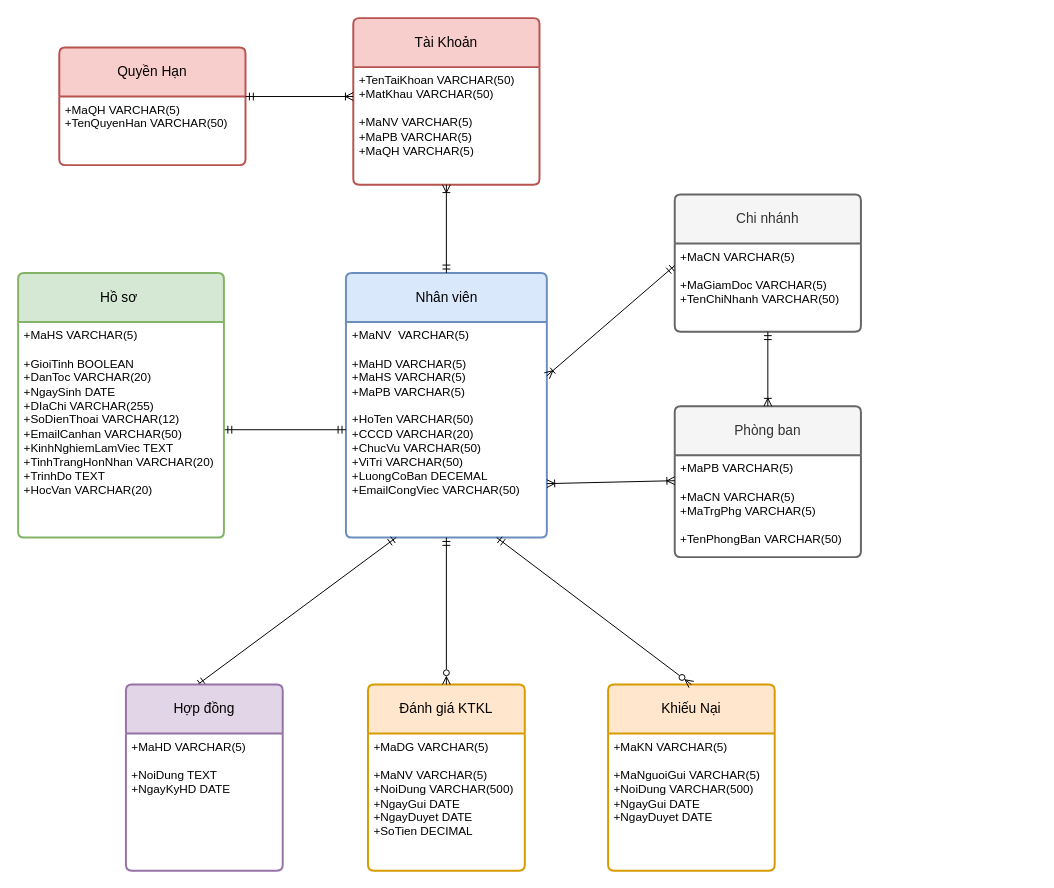
This is Untitled Diagram.drawio from dunkvippro/Quanlythuexe, a draw.io file, before an edit. Source tidied: cells renumbered, new cells numbered last; positions are measured from the earlier drawing's top-left corner, leaving out a move shared by most shapes. Both pictures are drawn from the tidied source at 98%, with x=0, y=0 at pixel (18, 18).
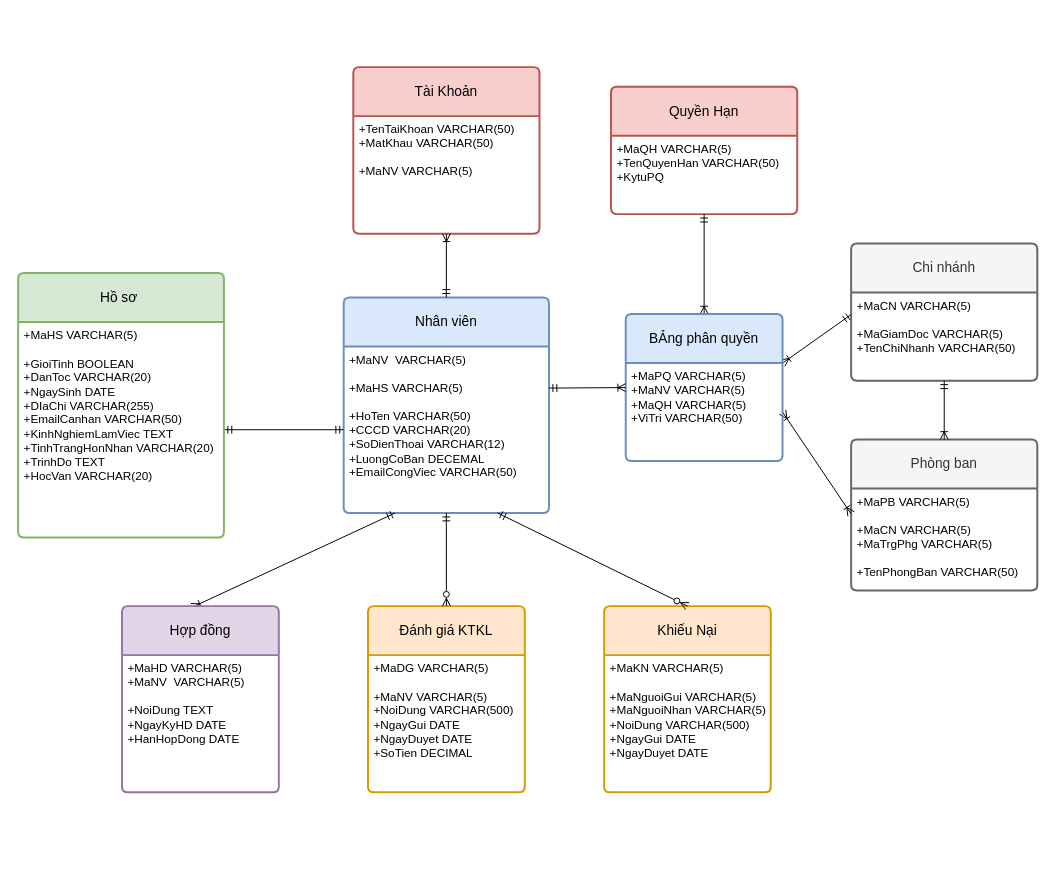
The same diagram, later.

Unchanged cells that the change refers to:
```xml
<mxCell id="10" value="+MaPB VARCHAR(5)&lt;br&gt;&lt;br&gt;+MaCN VARCHAR(5)&lt;br&gt;+MaTrgPhg VARCHAR(5)&lt;br&gt;&lt;br&gt;+TenPhongBan VARCHAR(50)" style="align=left;strokeColor=none;fillColor=none;spacingLeft=4;fontSize=12;verticalAlign=top;html=1;" parent="9" vertex="1">
  <mxGeometry y="50" width="190" height="104" as="geometry" />
</mxCell>
<mxCell id="12" value="+MaCN VARCHAR(5)&lt;br&gt;&lt;br&gt;+MaGiamDoc VARCHAR(5)&lt;br&gt;+TenChiNhanh VARCHAR(50)" style="align=left;strokeColor=none;fillColor=none;spacingLeft=4;fontSize=12;verticalAlign=top;html=1;" parent="11" vertex="1">
  <mxGeometry y="50" width="190" height="90" as="geometry" />
</mxCell>
<mxCell id="23" value="Hồ sơ&amp;nbsp;" style="swimlane;horizontal=1;startSize=50;rounded=1;fontSize=14;fontStyle=0;strokeWidth=2;shadow=0;dashed=0;align=center;arcSize=4;whiteSpace=wrap;html=1;fillColor=#d5e8d4;strokeColor=#82b366;" parent="1" vertex="1">
  <mxGeometry y="260" width="210" height="270" as="geometry" />
</mxCell>
```

The edit, as a diff of the source:
```diff
@@
     <mxCell id="2" value="Tài Khoản" style="swimlane;horizontal=1;startSize=50;rounded=1;fontSize=14;fontStyle=0;strokeWidth=2;shadow=0;dashed=0;align=center;arcSize=4;whiteSpace=wrap;html=1;fillColor=#f8cecc;strokeColor=#b85450;" parent="1" vertex="1">
-      <mxGeometry x="342" width="190" height="170" as="geometry" />
+      <mxGeometry x="342" y="50" width="190" height="170" as="geometry" />
     </mxCell>
-    <mxCell id="3" value="+TenTaiKhoan VARCHAR(50)&lt;br&gt;+MatKhau VARCHAR(50)&lt;br&gt;&lt;br&gt;+MaNV VARCHAR(5)&lt;br&gt;+MaPB VARCHAR(5)&lt;br&gt;+MaQH VARCHAR(5)" style="align=left;strokeColor=none;fillColor=none;spacingLeft=4;fontSize=12;verticalAlign=top;html=1;" parent="2" vertex="1">
+    <mxCell id="3" value="+TenTaiKhoan VARCHAR(50)&lt;br&gt;+MatKhau VARCHAR(50)&lt;br&gt;&lt;br&gt;+MaNV VARCHAR(5)" style="align=left;strokeColor=none;fillColor=none;spacingLeft=4;fontSize=12;verticalAlign=top;html=1;" parent="2" vertex="1">
       <mxGeometry y="50" width="190" height="120" as="geometry" />
     </mxCell>
     <mxCell id="4" value="Quyền Hạn" style="swimlane;horizontal=1;startSize=50;rounded=1;fontSize=14;fontStyle=0;strokeWidth=2;shadow=0;dashed=0;align=center;arcSize=4;whiteSpace=wrap;html=1;fillColor=#f8cecc;strokeColor=#b85450;" parent="1" vertex="1">
-      <mxGeometry x="42" y="30" width="190" height="120" as="geometry" />
+      <mxGeometry x="605" y="70" width="190" height="130" as="geometry" />
     </mxCell>
-    <mxCell id="5" value="+MaQH VARCHAR(5)&lt;br&gt;+TenQuyenHan VARCHAR(50)" style="align=left;strokeColor=none;fillColor=none;spacingLeft=4;fontSize=12;verticalAlign=top;html=1;" parent="4" vertex="1">
-      <mxGeometry y="50" width="190" height="70" as="geometry" />
+    <mxCell id="5" value="+MaQH VARCHAR(5)&lt;br&gt;+TenQuyenHan VARCHAR(50)&lt;br&gt;+KytuPQ" style="align=left;strokeColor=none;fillColor=none;spacingLeft=4;fontSize=12;verticalAlign=top;html=1;" parent="4" vertex="1">
+      <mxGeometry y="50" width="190" height="80" as="geometry" />
     </mxCell>
-    <mxCell id="6" style="fontSize=12;html=1;endArrow=ERoneToMany;startArrow=ERmandOne;rounded=0;entryX=0;entryY=0.25;entryDx=0;entryDy=0;exitX=1;exitY=0;exitDx=0;exitDy=0;" parent="1" edge="1" source="5" target="3">
+    <mxCell id="6" style="fontSize=12;html=1;endArrow=ERoneToMany;startArrow=ERmandOne;rounded=0;exitX=0.5;exitY=1;exitDx=0;exitDy=0;entryX=0.5;entryY=0;entryDx=0;entryDy=0;" parent="1" edge="1" source="5" target="29">
       <mxGeometry relative="1" as="geometry" />
     </mxCell>
     <mxCell id="7" value="Nhân viên" style="swimlane;horizontal=1;startSize=50;rounded=1;fontSize=14;fontStyle=0;strokeWidth=2;shadow=0;dashed=0;align=center;arcSize=4;whiteSpace=wrap;html=1;fillColor=#dae8fc;strokeColor=#6c8ebf;" parent="1" vertex="1">
-      <mxGeometry x="334.5" y="260" width="205" height="270" as="geometry" />
+      <mxGeometry x="332.2" y="285" width="209.5" height="220" as="geometry" />
     </mxCell>
-    <mxCell id="8" value="+MaNV&amp;nbsp; VARCHAR(5)&lt;br&gt;&lt;br&gt;+MaHD VARCHAR(5)&lt;br&gt;+MaHS VARCHAR(5)&lt;br&gt;+MaPB VARCHAR(5)&lt;br&gt;&lt;br&gt;+HoTen VARCHAR(50)&lt;br&gt;+CCCD VARCHAR(20)&lt;br&gt;+ChucVu VARCHAR(50)&lt;br style=&quot;border-color: var(--border-color);&quot;&gt;+ViTri VARCHAR(50)&lt;br&gt;+LuongCoBan DECEMAL&lt;br style=&quot;border-color: var(--border-color);&quot;&gt;+EmailCongViec VARCHAR(50)" style="align=left;strokeColor=none;fillColor=none;spacingLeft=4;fontSize=12;verticalAlign=top;html=1;" parent="7" vertex="1">
-      <mxGeometry y="50" width="205" height="220" as="geometry" />
+    <mxCell id="8" value="+MaNV&amp;nbsp; VARCHAR(5)&lt;br&gt;&lt;br&gt;+MaHS VARCHAR(5)&lt;br&gt;&lt;br&gt;+HoTen VARCHAR(50)&lt;br&gt;+CCCD VARCHAR(20)&lt;br&gt;+SoDienThoai VARCHAR(12)&lt;br style=&quot;border-color: var(--border-color);&quot;&gt;+LuongCoBan DECEMAL&lt;br style=&quot;border-color: var(--border-color);&quot;&gt;+EmailCongViec VARCHAR(50)" style="align=left;strokeColor=none;fillColor=none;spacingLeft=4;fontSize=12;verticalAlign=top;html=1;" parent="7" vertex="1">
+      <mxGeometry y="50" width="209.5" height="170" as="geometry" />
     </mxCell>
     <mxCell id="9" value="Phòng ban" style="swimlane;horizontal=1;startSize=50;rounded=1;fontSize=14;fontStyle=0;strokeWidth=2;shadow=0;dashed=0;align=center;arcSize=4;whiteSpace=wrap;html=1;fillColor=#f5f5f5;strokeColor=#666666;fontColor=#333333;" parent="1" vertex="1">
-      <mxGeometry x="670" y="396" width="190" height="154" as="geometry" />
+      <mxGeometry x="850" y="430" width="190" height="154" as="geometry" />
     </mxCell>
@@
     <mxCell id="11" value="Chi nhánh" style="swimlane;horizontal=1;startSize=50;rounded=1;fontSize=14;fontStyle=0;strokeWidth=2;shadow=0;dashed=0;align=center;arcSize=4;whiteSpace=wrap;html=1;fillColor=#f5f5f5;strokeColor=#666666;fontColor=#333333;" parent="1" vertex="1">
-      <mxGeometry x="670" y="180" width="190" height="140" as="geometry" />
+      <mxGeometry x="850" y="230" width="190" height="140" as="geometry" />
     </mxCell>
@@
     <mxCell id="13" value="Đánh giá KTKL" style="swimlane;horizontal=1;startSize=50;rounded=1;fontSize=14;fontStyle=0;strokeWidth=2;shadow=0;dashed=0;align=center;arcSize=4;whiteSpace=wrap;html=1;fillColor=#ffe6cc;strokeColor=#d79b00;" parent="1" vertex="1">
-      <mxGeometry x="357" y="680" width="160" height="190" as="geometry" />
+      <mxGeometry x="357" y="600" width="160" height="190" as="geometry" />
     </mxCell>
@@
     <mxCell id="15" value="Khiếu Nại" style="swimlane;horizontal=1;startSize=50;rounded=1;fontSize=14;fontStyle=0;strokeWidth=2;shadow=0;dashed=0;align=center;arcSize=4;whiteSpace=wrap;html=1;fillColor=#ffe6cc;strokeColor=#d79b00;" parent="1" vertex="1">
-      <mxGeometry x="602" y="680" width="170" height="190" as="geometry" />
+      <mxGeometry x="598" y="600" width="170" height="190" as="geometry" />
     </mxCell>
-    <mxCell id="16" value="+MaKN VARCHAR(5)&lt;br&gt;&lt;br&gt;+MaNguoiGui VARCHAR(5)&lt;br&gt;+NoiDung VARCHAR(500)&lt;br&gt;+NgayGui DATE&lt;br&gt;+NgayDuyet DATE" style="align=left;strokeColor=none;fillColor=none;spacingLeft=4;fontSize=12;verticalAlign=top;html=1;" parent="15" vertex="1">
+    <mxCell id="16" value="+MaKN VARCHAR(5)&lt;br&gt;&lt;br&gt;+MaNguoiGui VARCHAR(5)&lt;br&gt;+MaNguoiNhan VARCHAR(5)&lt;br&gt;+NoiDung VARCHAR(500)&lt;br&gt;+NgayGui DATE&lt;br&gt;+NgayDuyet DATE" style="align=left;strokeColor=none;fillColor=none;spacingLeft=4;fontSize=12;verticalAlign=top;html=1;" parent="15" vertex="1">
       <mxGeometry y="50" width="170" height="140" as="geometry" />
     </mxCell>
@@
-    <mxCell id="19" style="fontSize=12;html=1;endArrow=ERoneToMany;startArrow=ERoneToMany;rounded=0;entryX=0;entryY=0.25;entryDx=0;entryDy=0;endFill=0;startFill=0;exitX=1;exitY=0.75;exitDx=0;exitDy=0;" parent="1" edge="1" source="8" target="10">
+    <mxCell id="19" style="fontSize=12;html=1;endArrow=ERoneToMany;startArrow=ERoneToMany;rounded=0;entryX=0;entryY=0.25;entryDx=0;entryDy=0;endFill=0;startFill=0;exitX=1;exitY=0.5;exitDx=0;exitDy=0;" parent="1" edge="1" source="30" target="10">
       <mxGeometry relative="1" as="geometry" />
     </mxCell>
@@
-    <mxCell id="24" value="+MaHS VARCHAR(5)&lt;br&gt;&lt;br style=&quot;border-color: var(--border-color);&quot;&gt;+GioiTinh BOOLEAN&lt;br style=&quot;border-color: var(--border-color);&quot;&gt;+DanToc VARCHAR(20)&lt;br style=&quot;border-color: var(--border-color);&quot;&gt;+NgaySinh DATE&lt;br style=&quot;border-color: var(--border-color);&quot;&gt;+DIaChi VARCHAR(255)&lt;br style=&quot;border-color: var(--border-color);&quot;&gt;+SoDienThoai VARCHAR(12)&lt;br style=&quot;border-color: var(--border-color);&quot;&gt;+EmailCanhan VARCHAR(50)&lt;br&gt;+KinhNghiemLamViec TEXT&lt;br&gt;+TinhTrangHonNhan VARCHAR(20)&lt;br&gt;+TrinhDo TEXT&lt;br style=&quot;border-color: var(--border-color);&quot;&gt;+HocVan VARCHAR(20)" style="align=left;strokeColor=none;fillColor=none;spacingLeft=4;fontSize=12;verticalAlign=top;html=1;" parent="23" vertex="1">
+    <mxCell id="24" value="+MaHS VARCHAR(5)&lt;br&gt;&lt;br style=&quot;border-color: var(--border-color);&quot;&gt;+GioiTinh BOOLEAN&lt;br style=&quot;border-color: var(--border-color);&quot;&gt;+DanToc VARCHAR(20)&lt;br style=&quot;border-color: var(--border-color);&quot;&gt;+NgaySinh DATE&lt;br style=&quot;border-color: var(--border-color);&quot;&gt;+DIaChi VARCHAR(255)&lt;br style=&quot;border-color: var(--border-color);&quot;&gt;+EmailCanhan VARCHAR(50)&lt;br&gt;+KinhNghiemLamViec TEXT&lt;br&gt;+TinhTrangHonNhan VARCHAR(20)&lt;br&gt;+TrinhDo TEXT&lt;br style=&quot;border-color: var(--border-color);&quot;&gt;+HocVan VARCHAR(20)" style="align=left;strokeColor=none;fillColor=none;spacingLeft=4;fontSize=12;verticalAlign=top;html=1;" parent="23" vertex="1">
       <mxGeometry y="50" width="210" height="220" as="geometry" />
     </mxCell>
-    <mxCell id="25" style="rounded=0;jettySize=auto;html=1;entryX=0.25;entryY=1;entryDx=0;entryDy=0;endArrow=ERmandOne;endFill=0;startArrow=ERmandOne;startFill=0;exitX=0.45;exitY=0.005;exitDx=0;exitDy=0;exitPerimeter=0;" parent="1" edge="1" source="26" target="8">
+    <mxCell id="25" style="rounded=0;jettySize=auto;html=1;entryX=0.25;entryY=1;entryDx=0;entryDy=0;endArrow=ERmandOne;endFill=0;startArrow=ERoneToMany;startFill=0;exitX=0.45;exitY=0.005;exitDx=0;exitDy=0;exitPerimeter=0;" parent="1" edge="1" source="26" target="8">
       <mxGeometry relative="1" as="geometry" />
     </mxCell>
     <mxCell id="26" value="Hợp đồng" style="swimlane;horizontal=1;startSize=50;rounded=1;fontSize=14;fontStyle=0;strokeWidth=2;shadow=0;dashed=0;align=center;arcSize=4;whiteSpace=wrap;html=1;fillColor=#e1d5e7;strokeColor=#9673a6;" parent="1" vertex="1">
-      <mxGeometry x="110" y="680" width="160" height="190" as="geometry" />
+      <mxGeometry x="106" y="600" width="160" height="190" as="geometry" />
     </mxCell>
-    <mxCell id="27" value="+MaHD VARCHAR(5)&lt;br&gt;&lt;br&gt;+NoiDung TEXT&lt;br&gt;+NgayKyHD DATE" style="align=left;strokeColor=none;fillColor=none;spacingLeft=4;fontSize=12;verticalAlign=top;html=1;" parent="26" vertex="1">
+    <mxCell id="27" value="+MaHD VARCHAR(5)&lt;br&gt;+MaNV&amp;nbsp; VARCHAR(5)&lt;br style=&quot;border-color: var(--border-color);&quot;&gt;&lt;br&gt;+NoiDung TEXT&lt;br&gt;+NgayKyHD DATE&lt;br&gt;+HanHopDong DATE" style="align=left;strokeColor=none;fillColor=none;spacingLeft=4;fontSize=12;verticalAlign=top;html=1;" parent="26" vertex="1">
       <mxGeometry y="50" width="160" height="140" as="geometry" />
     </mxCell>
-    <mxCell id="28" style="rounded=0;jettySize=auto;html=1;entryX=0;entryY=0.25;entryDx=0;entryDy=0;exitX=1;exitY=0.25;exitDx=0;exitDy=0;endArrow=ERmandOne;endFill=0;startArrow=ERoneToMany;startFill=0;" parent="1" edge="1" source="8" target="12">
+    <mxCell id="28" style="rounded=0;jettySize=auto;html=1;entryX=0;entryY=0.25;entryDx=0;entryDy=0;exitX=1;exitY=0;exitDx=0;exitDy=0;endArrow=ERmandOne;endFill=0;startArrow=ERoneToMany;startFill=0;" parent="1" edge="1" source="30" target="12">
       <mxGeometry relative="1" as="geometry" />
     </mxCell>
+    <mxCell id="29" value="BẢng phân quyền" style="swimlane;horizontal=1;startSize=50;rounded=1;fontSize=14;fontStyle=0;strokeWidth=2;shadow=0;dashed=0;align=center;arcSize=4;whiteSpace=wrap;html=1;fillColor=#dae8fc;strokeColor=#6c8ebf;" parent="1" vertex="1">
+      <mxGeometry x="620" y="302" width="160" height="150" as="geometry" />
+    </mxCell>
+    <mxCell id="30" value="+MaPQ VARCHAR(5)&lt;br style=&quot;border-color: var(--border-color);&quot;&gt;+MaNV VARCHAR(5)&lt;br style=&quot;border-color: var(--border-color);&quot;&gt;+MaQH VARCHAR(5)&lt;br style=&quot;border-color: var(--border-color);&quot;&gt;+ViTri VARCHAR(50)" style="align=left;strokeColor=none;fillColor=none;spacingLeft=4;fontSize=12;verticalAlign=top;html=1;" parent="29" vertex="1">
+      <mxGeometry y="50" width="160" height="100" as="geometry" />
+    </mxCell>
+    <mxCell id="31" style="fontSize=12;html=1;endArrow=ERoneToMany;startArrow=ERmandOne;rounded=0;entryX=0;entryY=0.25;entryDx=0;entryDy=0;exitX=1;exitY=0.25;exitDx=0;exitDy=0;endFill=0;" parent="1" edge="1" source="8" target="30">
+      <mxGeometry relative="1" as="geometry" />
+    </mxCell>
```
